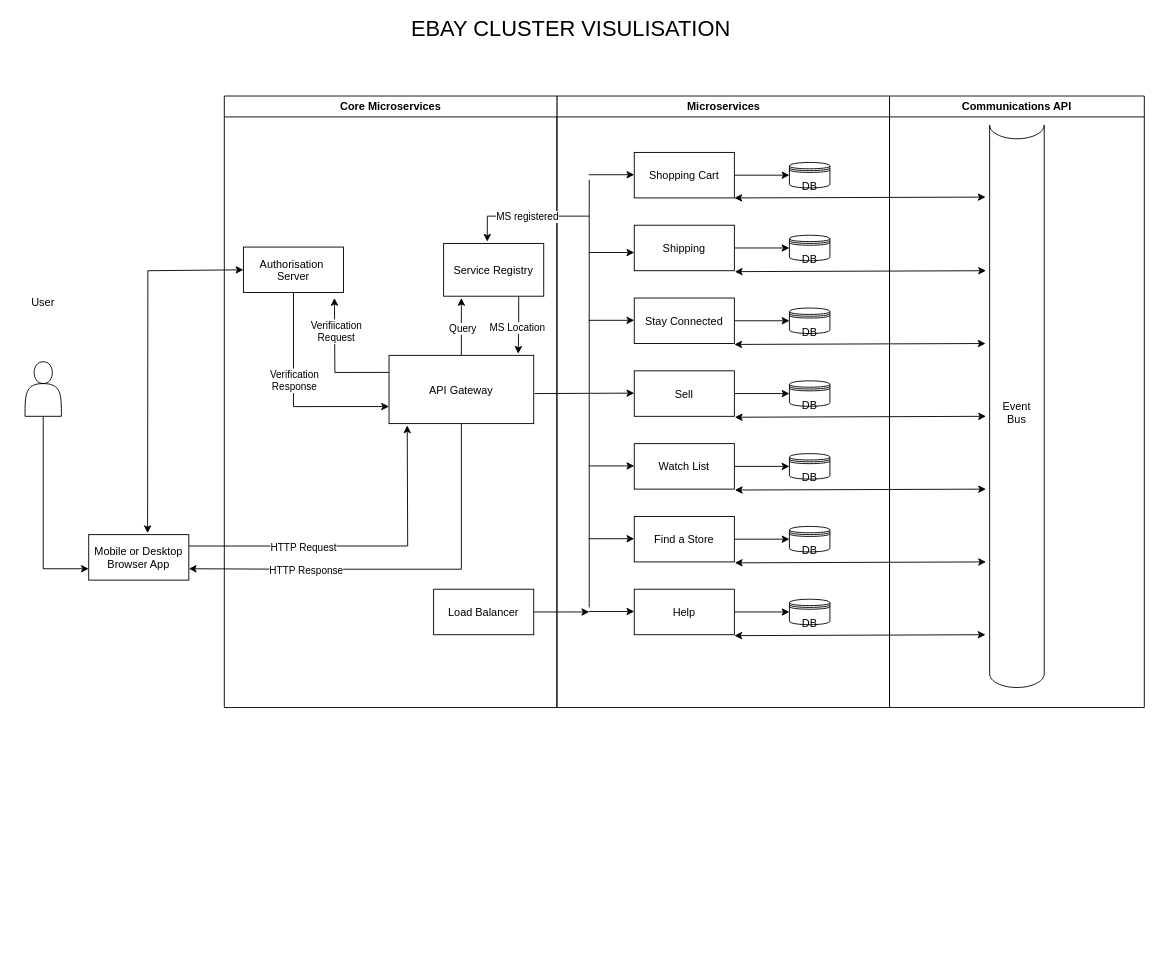
The draw.io diagram ClusterVisulisation.drawio in nicholas-carnie/Nicks-files, before the edit. Source tidied: cells renumbered, new cells numbered last; positions are measured from the earlier drawing's top-left corner, leaving out a move shared by most shapes. Both pictures are drawn from the tidied source at 91%, with x=0, y=0 at pixel (15, 15).
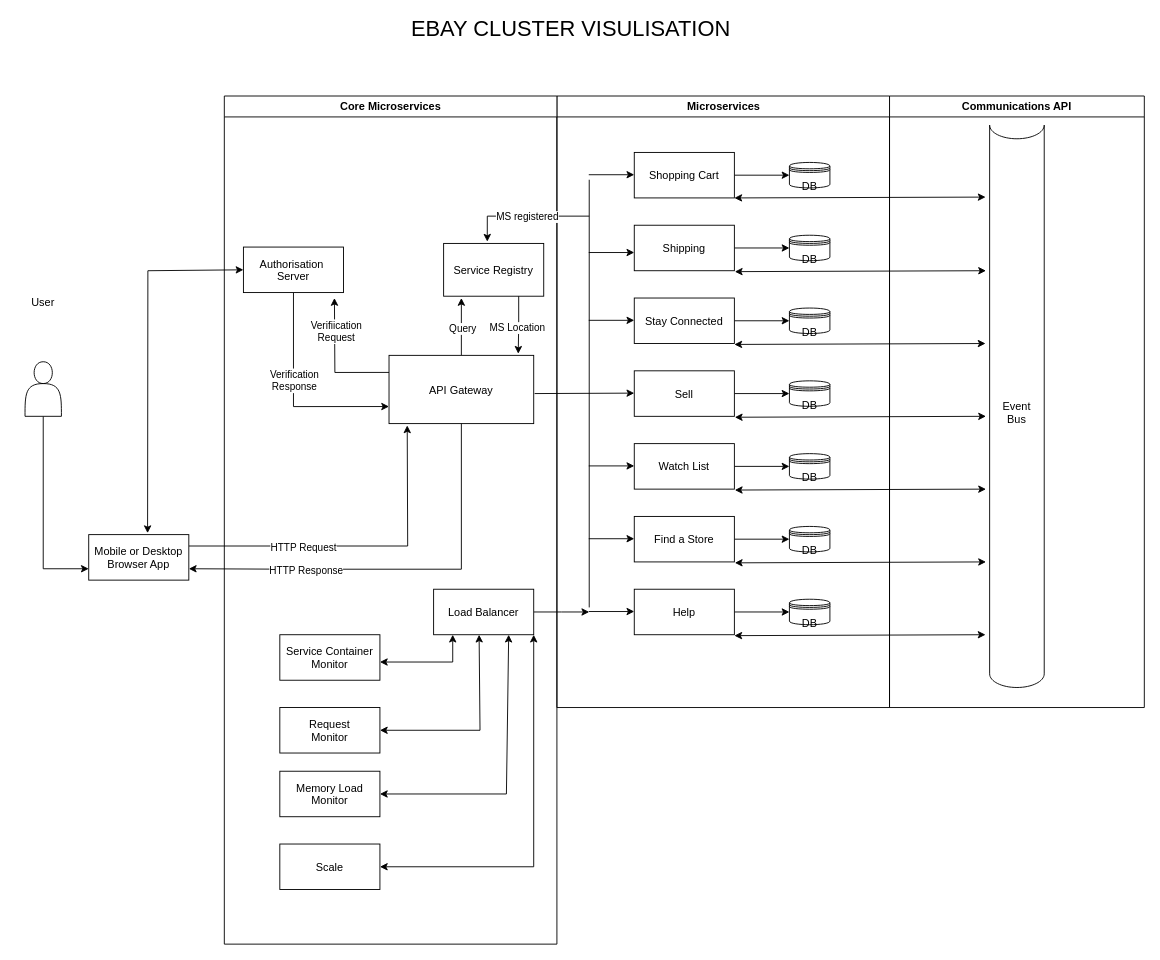
After the change.

The change refers to these unchanged cells:
```xml
<mxCell id="60" value="Load Balancer" parent="44" vertex="1">
  <mxGeometry x="230" y="542" width="110" height="50" as="geometry" />
</mxCell>
```

The edit, as a diff of the source:
```diff
@@
     <mxCell id="44" value="Core Microservices" style="swimlane;whiteSpace=wrap;" parent="1" vertex="1">
-      <mxGeometry x="229" y="88" width="365.5" height="672" as="geometry" />
+      <mxGeometry x="229" y="88" width="365.5" height="932" as="geometry" />
     </mxCell>
@@
+    <mxCell id="67" value="Service Container&#10;Monitor" parent="44" vertex="1">
+      <mxGeometry x="61" y="592" width="110" height="50" as="geometry" />
+    </mxCell>
+    <mxCell id="68" style="endArrow=classic;startArrow=classic;html=1;rounded=0;" parent="44" edge="1">
+      <mxGeometry relative="1" as="geometry">
+        <mxPoint x="171" y="622" as="sourcePoint" />
+        <mxPoint x="251" y="592" as="targetPoint" />
+        <Array as="points">
+          <mxPoint x="251" y="622" />
+        </Array>
+      </mxGeometry>
+    </mxCell>
@@
+    <mxCell id="69" value="Scale" parent="1" vertex="1">
+      <mxGeometry x="290" y="910" width="110" height="50" as="geometry" />
+    </mxCell>
+    <mxCell id="70" value="Memory Load&#10;Monitor" parent="1" vertex="1">
+      <mxGeometry x="290" y="830" width="110" height="50" as="geometry" />
+    </mxCell>
+    <mxCell id="71" value="Request &#10;Monitor" parent="1" vertex="1">
+      <mxGeometry x="290" y="760" width="110" height="50" as="geometry" />
+    </mxCell>
+    <mxCell id="72" style="endArrow=classic;startArrow=classic;html=1;rounded=0;exitX=1;exitY=0.5;exitDx=0;exitDy=0;entryX=1;entryY=1;entryDx=0;entryDy=0;" parent="1" edge="1" source="69" target="60">
+      <mxGeometry relative="1" as="geometry">
+        <Array as="points">
+          <mxPoint x="569" y="935" />
+        </Array>
+      </mxGeometry>
+    </mxCell>
+    <mxCell id="73" style="endArrow=classic;startArrow=classic;html=1;rounded=0;exitX=1;exitY=0.5;exitDx=0;exitDy=0;entryX=0.75;entryY=1;entryDx=0;entryDy=0;" parent="1" edge="1" source="70" target="60">
+      <mxGeometry relative="1" as="geometry">
+        <Array as="points">
+          <mxPoint x="539" y="855" />
+        </Array>
+      </mxGeometry>
+    </mxCell>
+    <mxCell id="74" style="endArrow=classic;startArrow=classic;html=1;rounded=0;exitX=1;exitY=0.5;exitDx=0;exitDy=0;" parent="1" edge="1" source="71">
+      <mxGeometry relative="1" as="geometry">
+        <mxPoint x="509" y="680" as="targetPoint" />
+        <Array as="points">
+          <mxPoint x="510" y="785" />
+        </Array>
+      </mxGeometry>
+    </mxCell>
```
